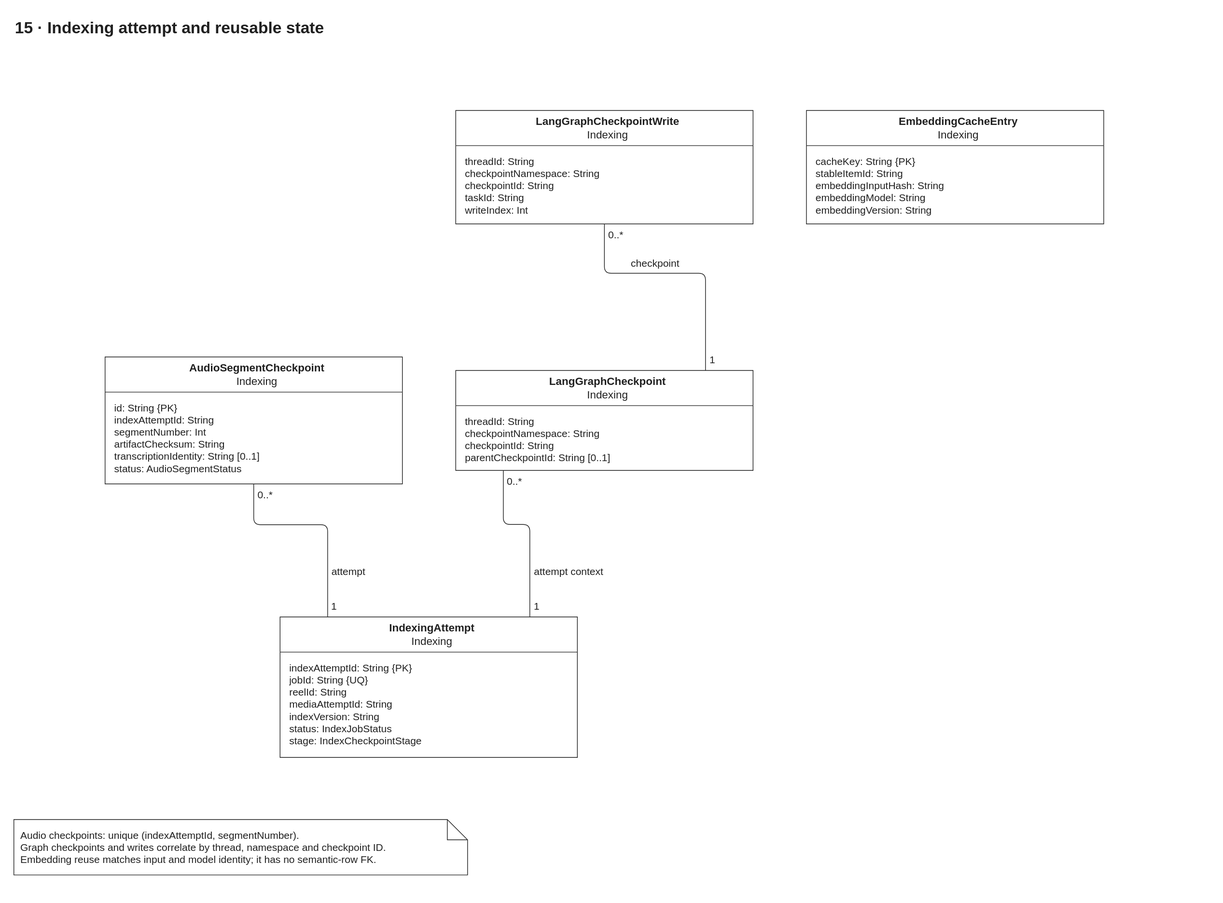
Before: docs/diagrams/velora-current/importable-svg/15-index-state.drawio.svg, a diagram exported from draw.io (HieuCuteDangYeu/velora-backend). Source tidied: cells renumbered, new cells last; positions are measured from the earlier drawing's top-left corner, leaving out a move shared by most shapes.
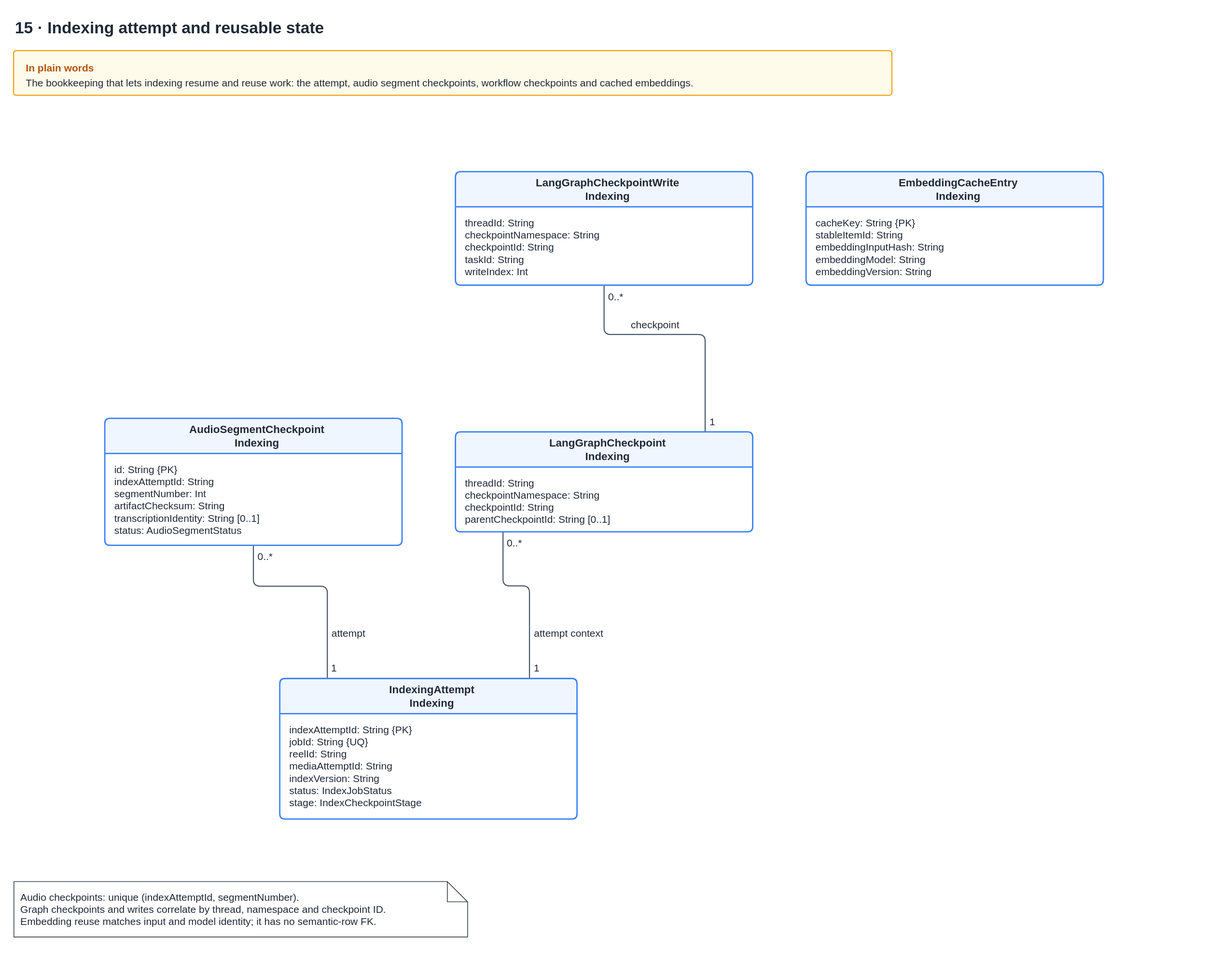
After the change.

The edit, as a diff of the source:
```diff
@@ -1,8 +1,8 @@
 <mxGraphModel>
   <root>
-    <mxCell id="0" style="fontFamily=Arial;" />
+    <mxCell id="0" style="fontFamily=Helvetica;" />
-    <mxCell id="1" style="fontFamily=Arial;" parent="0" />
+    <mxCell id="1" style="fontFamily=Helvetica;" parent="0" />
-    <mxCell id="2" value="attempt" style="edgeStyle=none;noEdgeStyle=1;html=1;strokeColor=light-dark(#202020,#eeeeee);strokeWidth=1;jumpStyle=arc;jumpSize=12;exitPerimeter=0;entryPerimeter=0;exitX=0.5;exitY=1.0;entryX=0.1600000000000001;entryY=0.0;endArrow=none;fontFamily=Arial;fontSize=15;fontColor=light-dark(#202020,#eeeeee);labelBackgroundColor=none;labelBorderColor=none;whiteSpace=nowrap;spacing=0;align=center;verticalAlign=middle;" parent="1" edge="1" source="13" target="11">
+    <mxCell id="2" value="attempt" style="edgeStyle=none;noEdgeStyle=1;html=1;strokeColor=#475569;strokeWidth=1.6;jumpStyle=arc;jumpSize=12;exitPerimeter=0;entryPerimeter=0;exitX=0.5;exitY=1.0;entryX=0.1600000000000001;entryY=0.0;endArrow=none;fontFamily=Helvetica;fontSize=15;fontColor=#1F2937;labelBackgroundColor=none;labelBorderColor=none;whiteSpace=nowrap;spacing=0;align=center;verticalAlign=middle;" parent="1" edge="1" source="13" target="11">
       <mxGeometry x="0.55" y="31" relative="1" as="geometry">
         <Array as="points">
           <mxPoint x="355" y="756.4" />
@@ -10,17 +10,17 @@
         </Array>
       </mxGeometry>
     </mxCell>
-    <mxCell id="3" value="0..*" style="text;html=1;whiteSpace=wrap;overflow=hidden;fontFamily=Arial;fontSize=15;align=left;verticalAlign=middle;fontColor=light-dark(#202020,#eeeeee);fillColor=none;spacing=0;" parent="2" vertex="1">
+    <mxCell id="3" value="0..*" style="text;html=1;whiteSpace=wrap;overflow=hidden;fontFamily=Helvetica;fontSize=15;align=left;verticalAlign=middle;fontColor=#1F2937;fillColor=none;spacing=0;" parent="2" vertex="1">
       <mxGeometry x="-1" width="29" height="20" relative="1" as="geometry">
         <mxPoint x="6" y="6" as="offset" />
       </mxGeometry>
     </mxCell>
-    <mxCell id="4" value="1" style="text;html=1;whiteSpace=wrap;overflow=hidden;fontFamily=Arial;fontSize=15;align=left;verticalAlign=middle;fontColor=light-dark(#202020,#eeeeee);fillColor=none;spacing=0;" parent="2" vertex="1">
+    <mxCell id="4" value="1" style="text;html=1;whiteSpace=wrap;overflow=hidden;fontFamily=Helvetica;fontSize=15;align=left;verticalAlign=middle;fontColor=#1F2937;fillColor=none;spacing=0;" parent="2" vertex="1">
       <mxGeometry x="1" width="15" height="20" relative="1" as="geometry">
         <mxPoint x="6" y="-26" as="offset" />
       </mxGeometry>
     </mxCell>
-    <mxCell id="5" value="checkpoint" style="edgeStyle=none;noEdgeStyle=1;html=1;strokeColor=light-dark(#202020,#eeeeee);strokeWidth=1;jumpStyle=arc;jumpSize=12;exitPerimeter=0;entryPerimeter=0;exitX=0.5;exitY=1.0;entryX=0.8400000000000001;entryY=0.0;endArrow=none;fontFamily=Arial;fontSize=15;fontColor=light-dark(#202020,#eeeeee);labelBackgroundColor=none;labelBorderColor=none;whiteSpace=nowrap;spacing=0;align=center;verticalAlign=middle;" parent="1" edge="1" source="17" target="15">
+    <mxCell id="5" value="checkpoint" style="edgeStyle=none;noEdgeStyle=1;html=1;strokeColor=#475569;strokeWidth=1.6;jumpStyle=arc;jumpSize=12;exitPerimeter=0;entryPerimeter=0;exitX=0.5;exitY=1.0;entryX=0.8400000000000001;entryY=0.0;endArrow=none;fontFamily=Helvetica;fontSize=15;fontColor=#1F2937;labelBackgroundColor=none;labelBorderColor=none;whiteSpace=nowrap;spacing=0;align=center;verticalAlign=middle;" parent="1" edge="1" source="17" target="15">
       <mxGeometry x="-0.19" y="15" relative="1" as="geometry">
         <Array as="points">
           <mxPoint x="874" y="384" />
@@ -28,17 +28,17 @@
         </Array>
       </mxGeometry>
     </mxCell>
-    <mxCell id="6" value="0..*" style="text;html=1;whiteSpace=wrap;overflow=hidden;fontFamily=Arial;fontSize=15;align=left;verticalAlign=middle;fontColor=light-dark(#202020,#eeeeee);fillColor=none;spacing=0;" parent="5" vertex="1">
+    <mxCell id="6" value="0..*" style="text;html=1;whiteSpace=wrap;overflow=hidden;fontFamily=Helvetica;fontSize=15;align=left;verticalAlign=middle;fontColor=#1F2937;fillColor=none;spacing=0;" parent="5" vertex="1">
       <mxGeometry x="-1" width="29" height="20" relative="1" as="geometry">
         <mxPoint x="6" y="6" as="offset" />
       </mxGeometry>
     </mxCell>
-    <mxCell id="7" value="1" style="text;html=1;whiteSpace=wrap;overflow=hidden;fontFamily=Arial;fontSize=15;align=left;verticalAlign=middle;fontColor=light-dark(#202020,#eeeeee);fillColor=none;spacing=0;" parent="5" vertex="1">
+    <mxCell id="7" value="1" style="text;html=1;whiteSpace=wrap;overflow=hidden;fontFamily=Helvetica;fontSize=15;align=left;verticalAlign=middle;fontColor=#1F2937;fillColor=none;spacing=0;" parent="5" vertex="1">
       <mxGeometry x="1" width="15" height="20" relative="1" as="geometry">
         <mxPoint x="6" y="-26" as="offset" />
       </mxGeometry>
     </mxCell>
-    <mxCell id="8" value="attempt context" style="edgeStyle=none;noEdgeStyle=1;html=1;strokeColor=light-dark(#202020,#eeeeee);strokeWidth=1;jumpStyle=arc;jumpSize=12;exitPerimeter=0;entryPerimeter=0;exitX=0.15999999999999995;exitY=1.0;entryX=0.8400000000000002;entryY=0.0;endArrow=none;fontFamily=Arial;fontSize=15;fontColor=light-dark(#202020,#eeeeee);labelBackgroundColor=none;labelBorderColor=none;whiteSpace=nowrap;spacing=0;align=center;verticalAlign=middle;" parent="1" edge="1" source="15" target="11">
+    <mxCell id="8" value="attempt context" style="edgeStyle=none;noEdgeStyle=1;html=1;strokeColor=#475569;strokeWidth=1.6;jumpStyle=arc;jumpSize=12;exitPerimeter=0;entryPerimeter=0;exitX=0.15999999999999995;exitY=1.0;entryX=0.8400000000000002;entryY=0.0;endArrow=none;fontFamily=Helvetica;fontSize=15;fontColor=#1F2937;labelBackgroundColor=none;labelBorderColor=none;whiteSpace=nowrap;spacing=0;align=center;verticalAlign=middle;" parent="1" edge="1" source="15" target="11">
       <mxGeometry x="0.47" y="57.5" relative="1" as="geometry">
         <Array as="points">
           <mxPoint x="724.4" y="756" />
@@ -46,50 +46,56 @@
         </Array>
       </mxGeometry>
     </mxCell>
-    <mxCell id="9" value="0..*" style="text;html=1;whiteSpace=wrap;overflow=hidden;fontFamily=Arial;fontSize=15;align=left;verticalAlign=middle;fontColor=light-dark(#202020,#eeeeee);fillColor=none;spacing=0;" parent="8" vertex="1">
+    <mxCell id="9" value="0..*" style="text;html=1;whiteSpace=wrap;overflow=hidden;fontFamily=Helvetica;fontSize=15;align=left;verticalAlign=middle;fontColor=#1F2937;fillColor=none;spacing=0;" parent="8" vertex="1">
       <mxGeometry x="-1" width="29" height="20" relative="1" as="geometry">
         <mxPoint x="6" y="6" as="offset" />
       </mxGeometry>
     </mxCell>
-    <mxCell id="10" value="1" style="text;html=1;whiteSpace=wrap;overflow=hidden;fontFamily=Arial;fontSize=15;align=left;verticalAlign=middle;fontColor=light-dark(#202020,#eeeeee);fillColor=none;spacing=0;" parent="8" vertex="1">
+    <mxCell id="10" value="1" style="text;html=1;whiteSpace=wrap;overflow=hidden;fontFamily=Helvetica;fontSize=15;align=left;verticalAlign=middle;fontColor=#1F2937;fillColor=none;spacing=0;" parent="8" vertex="1">
       <mxGeometry x="1" width="15" height="20" relative="1" as="geometry">
         <mxPoint x="6" y="-26" as="offset" />
       </mxGeometry>
     </mxCell>
-    <mxCell id="11" value="&lt;b&gt;IndexingAttempt&lt;/b&gt;&lt;br&gt;Indexing" style="swimlane;html=1;whiteSpace=wrap;align=center;verticalAlign=middle;startSize=52;fontSize=16;spacingLeft=10;fillColor=light-dark(#ffffff,#181818);swimlaneFillColor=light-dark(#ffffff,#181818);strokeColor=light-dark(#202020,#eeeeee);horizontal=1;fontFamily=Arial;fontColor=light-dark(#202020,#eeeeee);fontStyle=0;strokeWidth=1;" parent="1" vertex="1">
+    <mxCell id="11" value="&lt;b&gt;IndexingAttempt&lt;/b&gt;&lt;br&gt;Indexing" style="swimlane;html=1;whiteSpace=wrap;align=center;verticalAlign=middle;startSize=52;fontSize=16;spacingLeft=10;fillColor=#EFF6FF;swimlaneFillColor=#ffffff;strokeColor=#3B82F6;horizontal=1;fontFamily=Helvetica;fontColor=#1F2937;fontStyle=1;strokeWidth=2;rounded=1;arcSize=5;" parent="1" vertex="1">
       <mxGeometry x="394" y="893" width="440" height="208" as="geometry" />
     </mxCell>
-    <mxCell id="12" value="indexAttemptId: String {PK}&lt;br&gt;jobId: String {UQ}&lt;br&gt;reelId: String&lt;br&gt;mediaAttemptId: String&lt;br&gt;indexVersion: String&lt;br&gt;status: IndexJobStatus&lt;br&gt;stage: IndexCheckpointStage" style="text;html=1;whiteSpace=wrap;overflow=hidden;fontFamily=Arial;fontSize=15;align=left;verticalAlign=top;spacingLeft=12;spacingRight=12;strokeColor=none;fillColor=none;fontColor=light-dark(#202020,#eeeeee);spacingTop=8;spacingBottom=8;" parent="11" vertex="1">
+    <mxCell id="12" value="indexAttemptId: String {PK}&lt;br&gt;jobId: String {UQ}&lt;br&gt;reelId: String&lt;br&gt;mediaAttemptId: String&lt;br&gt;indexVersion: String&lt;br&gt;status: IndexJobStatus&lt;br&gt;stage: IndexCheckpointStage" style="text;html=1;whiteSpace=wrap;overflow=hidden;fontFamily=Helvetica;fontSize=15;align=left;verticalAlign=top;spacingLeft=12;spacingRight=12;strokeColor=none;fillColor=none;fontColor=#1F2937;spacingTop=8;spacingBottom=8;" parent="11" vertex="1">
       <mxGeometry y="52" width="440" height="156" as="geometry" />
     </mxCell>
-    <mxCell id="13" value="&lt;b&gt;AudioSegmentCheckpoint&lt;/b&gt;&lt;br&gt;Indexing" style="swimlane;html=1;whiteSpace=wrap;align=center;verticalAlign=middle;startSize=52;fontSize=16;spacingLeft=10;fillColor=light-dark(#ffffff,#181818);swimlaneFillColor=light-dark(#ffffff,#181818);strokeColor=light-dark(#202020,#eeeeee);horizontal=1;fontFamily=Arial;fontColor=light-dark(#202020,#eeeeee);fontStyle=0;strokeWidth=1;" parent="1" vertex="1">
+    <mxCell id="13" value="&lt;b&gt;AudioSegmentCheckpoint&lt;/b&gt;&lt;br&gt;Indexing" style="swimlane;html=1;whiteSpace=wrap;align=center;verticalAlign=middle;startSize=52;fontSize=16;spacingLeft=10;fillColor=#EFF6FF;swimlaneFillColor=#ffffff;strokeColor=#3B82F6;horizontal=1;fontFamily=Helvetica;fontColor=#1F2937;fontStyle=1;strokeWidth=2;rounded=1;arcSize=5;" parent="1" vertex="1">
       <mxGeometry x="135" y="508" width="440" height="188" as="geometry" />
     </mxCell>
-    <mxCell id="14" value="id: String {PK}&lt;br&gt;indexAttemptId: String&lt;br&gt;segmentNumber: Int&lt;br&gt;artifactChecksum: String&lt;br&gt;transcriptionIdentity: String [0..1]&lt;br&gt;status: AudioSegmentStatus" style="text;html=1;whiteSpace=wrap;overflow=hidden;fontFamily=Arial;fontSize=15;align=left;verticalAlign=top;spacingLeft=12;spacingRight=12;strokeColor=none;fillColor=none;fontColor=light-dark(#202020,#eeeeee);spacingTop=8;spacingBottom=8;" parent="13" vertex="1">
+    <mxCell id="14" value="id: String {PK}&lt;br&gt;indexAttemptId: String&lt;br&gt;segmentNumber: Int&lt;br&gt;artifactChecksum: String&lt;br&gt;transcriptionIdentity: String [0..1]&lt;br&gt;status: AudioSegmentStatus" style="text;html=1;whiteSpace=wrap;overflow=hidden;fontFamily=Helvetica;fontSize=15;align=left;verticalAlign=top;spacingLeft=12;spacingRight=12;strokeColor=none;fillColor=none;fontColor=#1F2937;spacingTop=8;spacingBottom=8;" parent="13" vertex="1">
       <mxGeometry y="52" width="440" height="136" as="geometry" />
     </mxCell>
-    <mxCell id="15" value="&lt;b&gt;LangGraphCheckpoint&lt;/b&gt;&lt;br&gt;Indexing" style="swimlane;html=1;whiteSpace=wrap;align=center;verticalAlign=middle;startSize=52;fontSize=16;spacingLeft=10;fillColor=light-dark(#ffffff,#181818);swimlaneFillColor=light-dark(#ffffff,#181818);strokeColor=light-dark(#202020,#eeeeee);horizontal=1;fontFamily=Arial;fontColor=light-dark(#202020,#eeeeee);fontStyle=0;strokeWidth=1;" parent="1" vertex="1">
+    <mxCell id="15" value="&lt;b&gt;LangGraphCheckpoint&lt;/b&gt;&lt;br&gt;Indexing" style="swimlane;html=1;whiteSpace=wrap;align=center;verticalAlign=middle;startSize=52;fontSize=16;spacingLeft=10;fillColor=#EFF6FF;swimlaneFillColor=#ffffff;strokeColor=#3B82F6;horizontal=1;fontFamily=Helvetica;fontColor=#1F2937;fontStyle=1;strokeWidth=2;rounded=1;arcSize=5;" parent="1" vertex="1">
       <mxGeometry x="654" y="528" width="440" height="148" as="geometry" />
     </mxCell>
-    <mxCell id="16" value="threadId: String&lt;br&gt;checkpointNamespace: String&lt;br&gt;checkpointId: String&lt;br&gt;parentCheckpointId: String [0..1]" style="text;html=1;whiteSpace=wrap;overflow=hidden;fontFamily=Arial;fontSize=15;align=left;verticalAlign=top;spacingLeft=12;spacingRight=12;strokeColor=none;fillColor=none;fontColor=light-dark(#202020,#eeeeee);spacingTop=8;spacingBottom=8;" parent="15" vertex="1">
+    <mxCell id="16" value="threadId: String&lt;br&gt;checkpointNamespace: String&lt;br&gt;checkpointId: String&lt;br&gt;parentCheckpointId: String [0..1]" style="text;html=1;whiteSpace=wrap;overflow=hidden;fontFamily=Helvetica;fontSize=15;align=left;verticalAlign=top;spacingLeft=12;spacingRight=12;strokeColor=none;fillColor=none;fontColor=#1F2937;spacingTop=8;spacingBottom=8;" parent="15" vertex="1">
       <mxGeometry y="52" width="440" height="96" as="geometry" />
     </mxCell>
-    <mxCell id="17" value="&lt;b&gt;LangGraphCheckpointWrite&lt;/b&gt;&lt;br&gt;Indexing" style="swimlane;html=1;whiteSpace=wrap;align=center;verticalAlign=middle;startSize=52;fontSize=16;spacingLeft=10;fillColor=light-dark(#ffffff,#181818);swimlaneFillColor=light-dark(#ffffff,#181818);strokeColor=light-dark(#202020,#eeeeee);horizontal=1;fontFamily=Arial;fontColor=light-dark(#202020,#eeeeee);fontStyle=0;strokeWidth=1;" parent="1" vertex="1">
+    <mxCell id="17" value="&lt;b&gt;LangGraphCheckpointWrite&lt;/b&gt;&lt;br&gt;Indexing" style="swimlane;html=1;whiteSpace=wrap;align=center;verticalAlign=middle;startSize=52;fontSize=16;spacingLeft=10;fillColor=#EFF6FF;swimlaneFillColor=#ffffff;strokeColor=#3B82F6;horizontal=1;fontFamily=Helvetica;fontColor=#1F2937;fontStyle=1;strokeWidth=2;rounded=1;arcSize=5;" parent="1" vertex="1">
       <mxGeometry x="654" y="143" width="440" height="168" as="geometry" />
     </mxCell>
-    <mxCell id="18" value="threadId: String&lt;br&gt;checkpointNamespace: String&lt;br&gt;checkpointId: String&lt;br&gt;taskId: String&lt;br&gt;writeIndex: Int" style="text;html=1;whiteSpace=wrap;overflow=hidden;fontFamily=Arial;fontSize=15;align=left;verticalAlign=top;spacingLeft=12;spacingRight=12;strokeColor=none;fillColor=none;fontColor=light-dark(#202020,#eeeeee);spacingTop=8;spacingBottom=8;" parent="17" vertex="1">
+    <mxCell id="18" value="threadId: String&lt;br&gt;checkpointNamespace: String&lt;br&gt;checkpointId: String&lt;br&gt;taskId: String&lt;br&gt;writeIndex: Int" style="text;html=1;whiteSpace=wrap;overflow=hidden;fontFamily=Helvetica;fontSize=15;align=left;verticalAlign=top;spacingLeft=12;spacingRight=12;strokeColor=none;fillColor=none;fontColor=#1F2937;spacingTop=8;spacingBottom=8;" parent="17" vertex="1">
       <mxGeometry y="52" width="440" height="116" as="geometry" />
     </mxCell>
-    <mxCell id="19" value="&lt;b&gt;EmbeddingCacheEntry&lt;/b&gt;&lt;br&gt;Indexing" style="swimlane;html=1;whiteSpace=wrap;align=center;verticalAlign=middle;startSize=52;fontSize=16;spacingLeft=10;fillColor=light-dark(#ffffff,#181818);swimlaneFillColor=light-dark(#ffffff,#181818);strokeColor=light-dark(#202020,#eeeeee);horizontal=1;fontFamily=Arial;fontColor=light-dark(#202020,#eeeeee);fontStyle=0;strokeWidth=1;" parent="1" vertex="1">
+    <mxCell id="19" value="&lt;b&gt;EmbeddingCacheEntry&lt;/b&gt;&lt;br&gt;Indexing" style="swimlane;html=1;whiteSpace=wrap;align=center;verticalAlign=middle;startSize=52;fontSize=16;spacingLeft=10;fillColor=#EFF6FF;swimlaneFillColor=#ffffff;strokeColor=#3B82F6;horizontal=1;fontFamily=Helvetica;fontColor=#1F2937;fontStyle=1;strokeWidth=2;rounded=1;arcSize=5;" parent="1" vertex="1">
       <mxGeometry x="1173" y="143" width="440" height="168" as="geometry" />
     </mxCell>
-    <mxCell id="20" value="cacheKey: String {PK}&lt;br&gt;stableItemId: String&lt;br&gt;embeddingInputHash: String&lt;br&gt;embeddingModel: String&lt;br&gt;embeddingVersion: String" style="text;html=1;whiteSpace=wrap;overflow=hidden;fontFamily=Arial;fontSize=15;align=left;verticalAlign=top;spacingLeft=12;spacingRight=12;strokeColor=none;fillColor=none;fontColor=light-dark(#202020,#eeeeee);spacingTop=8;spacingBottom=8;" parent="19" vertex="1">
+    <mxCell id="20" value="cacheKey: String {PK}&lt;br&gt;stableItemId: String&lt;br&gt;embeddingInputHash: String&lt;br&gt;embeddingModel: String&lt;br&gt;embeddingVersion: String" style="text;html=1;whiteSpace=wrap;overflow=hidden;fontFamily=Helvetica;fontSize=15;align=left;verticalAlign=top;spacingLeft=12;spacingRight=12;strokeColor=none;fillColor=none;fontColor=#1F2937;spacingTop=8;spacingBottom=8;" parent="19" vertex="1">
       <mxGeometry y="52" width="440" height="116" as="geometry" />
     </mxCell>
-    <mxCell id="21" value="15 · Indexing attempt and reusable state" style="text;html=1;whiteSpace=wrap;overflow=hidden;fontFamily=Arial;fontSize=24;fontStyle=1;align=left;fontColor=light-dark(#202020,#eeeeee);fillColor=none;" parent="1" vertex="1">
-      <mxGeometry width="1748" height="45" as="geometry" />
+    <mxCell id="21" value="15 · Indexing attempt and reusable state" style="text;html=1;whiteSpace=wrap;overflow=hidden;fontFamily=Helvetica;fontSize=24;fontStyle=1;align=left;fontColor=#1F2937;fillColor=none;" parent="1" vertex="1">
+      <mxGeometry y="-91" width="1748" height="45" as="geometry" />
     </mxCell>
+    <mxCell id="23" value="In plain words" style="rounded=1;arcSize=6;html=1;whiteSpace=wrap;fontFamily=Helvetica;fontSize=15;fontStyle=1;fontColor=#B45309;fillColor=#FFFBEB;strokeColor=#F59E0B;strokeWidth=1.6;align=left;verticalAlign=top;spacingLeft=16;spacingTop=10;" parent="1" vertex="1">
+      <mxGeometry y="-36" width="1300" height="66" as="geometry" />
+    </mxCell>
+    <mxCell id="24" value="The bookkeeping that lets indexing resume and reuse work: the attempt, audio segment checkpoints, workflow checkpoints and cached embeddings." style="text;html=1;whiteSpace=wrap;fontFamily=Helvetica;fontSize=15;fontColor=#1F2937;align=left;verticalAlign=top;strokeColor=none;fillColor=none;" parent="1" vertex="1">
+      <mxGeometry x="16" y="-4" width="1268" height="28" as="geometry" />
+    </mxCell>
-    <mxCell id="22" value="Audio checkpoints: unique (indexAttemptId, segmentNumber).&lt;br&gt;Graph checkpoints and writes correlate by thread, namespace and checkpoint ID.&lt;br&gt;Embedding reuse matches input and model identity; it has no semantic-row FK." style="shape=note;html=1;whiteSpace=wrap;overflow=hidden;fontFamily=Arial;fontSize=15;align=left;verticalAlign=top;spacing=10;fillColor=light-dark(#ffffff,#181818);strokeColor=light-dark(#202020,#eeeeee);fontColor=light-dark(#202020,#eeeeee);" parent="1" vertex="1">
+    <mxCell id="22" value="Audio checkpoints: unique (indexAttemptId, segmentNumber).&lt;br&gt;Graph checkpoints and writes correlate by thread, namespace and checkpoint ID.&lt;br&gt;Embedding reuse matches input and model identity; it has no semantic-row FK." style="shape=note;html=1;whiteSpace=wrap;overflow=hidden;fontFamily=Helvetica;fontSize=15;align=left;verticalAlign=top;spacing=10;fillColor=#ffffff;strokeColor=#1F2937;fontColor=#1F2937;" parent="1" vertex="1">
       <mxGeometry y="1193" width="671.5" height="82" as="geometry" />
     </mxCell>
   </root>
```
